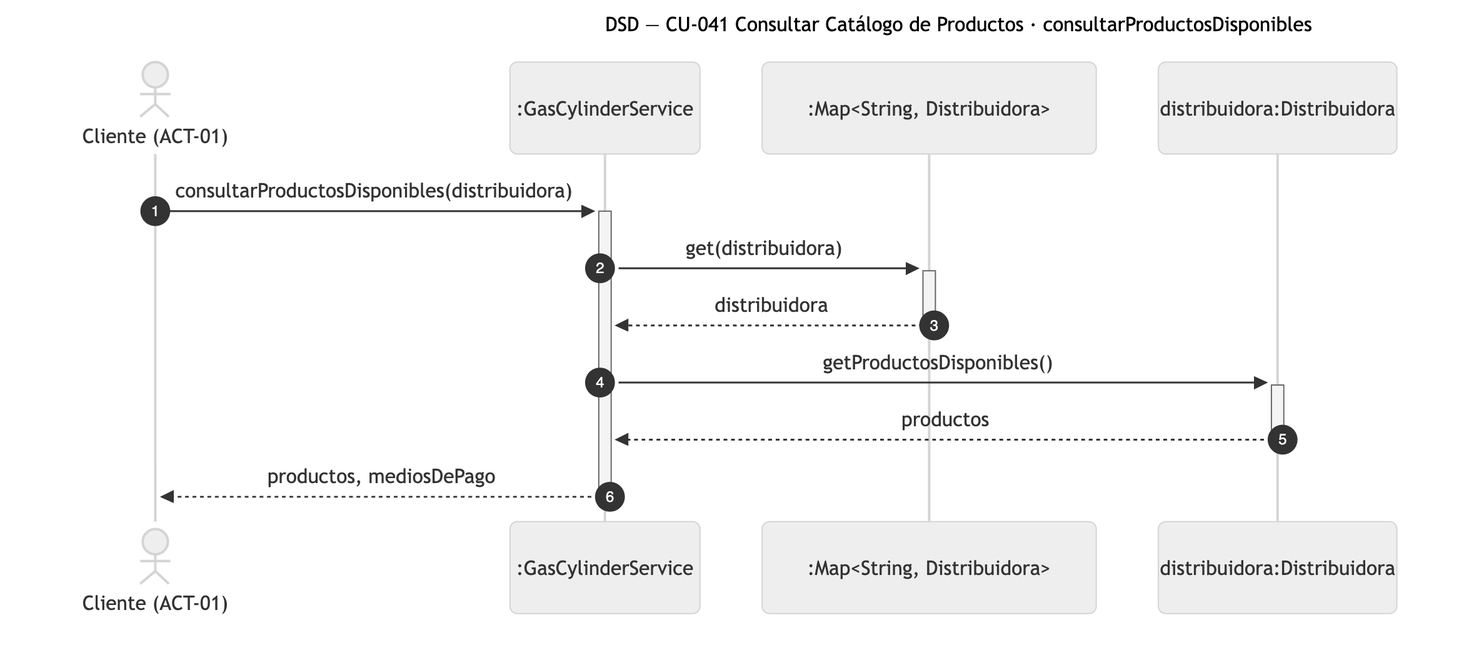
This is diagramas/png/DSD_CU-041_consultarProductosDisponibles.png from Nahuelito-Dev/splg-docs, a Mermaid export, as it was before one commit. Its source is kept beside it as diagramas/DSD_CU-041_consultarProductosDisponibles.mmd. The source it was exported from:
```mermaid
sequenceDiagram
    title DSD — CU-041 Consultar Catálogo de Productos · consultarProductosDisponibles
    autonumber
    actor CLI as Cliente (ACT-01)
    participant SRV as :GasCylinderService
    participant MAP as :Map#lt;String, Distribuidora#gt;
    participant DIS as distribuidora:Distribuidora

    CLI->>+SRV: consultarProductosDisponibles(distribuidora)
    SRV->>+MAP: get(distribuidora)
    MAP-->>-SRV: distribuidora
    SRV->>+DIS: getProductosDisponibles()
    DIS-->>-SRV: productos
    SRV-->>-CLI: productos, mediosDePago
```
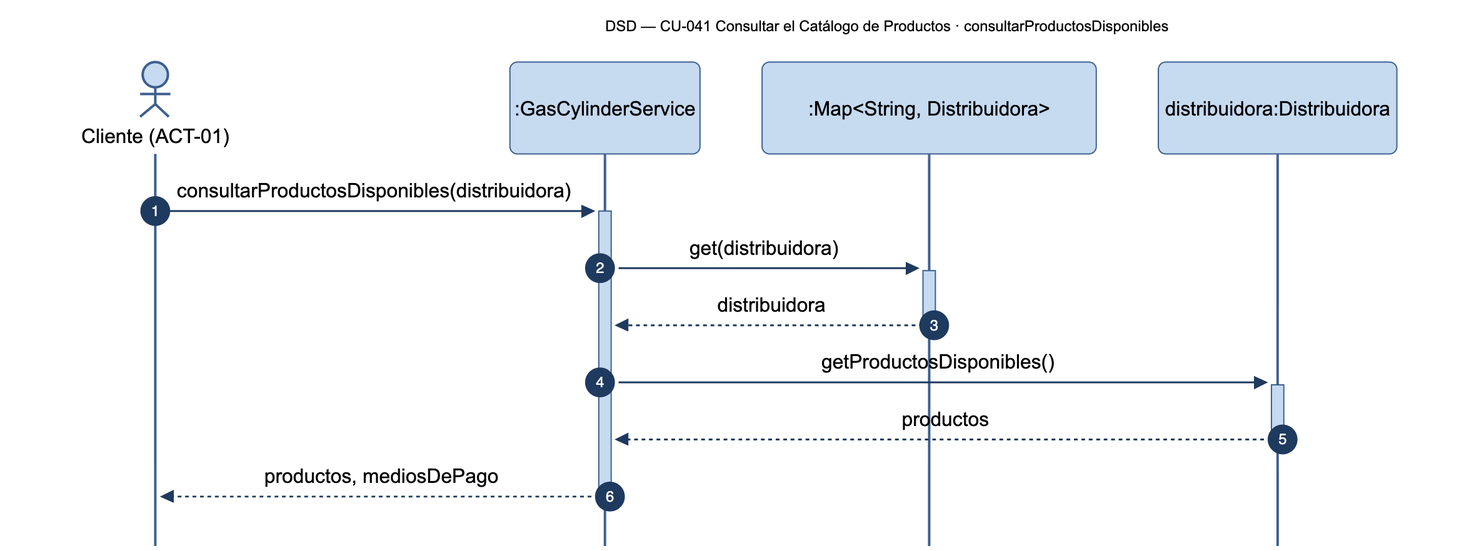
The same file after the commit.

Change to the diagram source:
```diff
@@ -1,5 +1,5 @@
 sequenceDiagram
-    title DSD — CU-041 Consultar Catálogo de Productos · consultarProductosDisponibles
+    title DSD — CU-041 Consultar el Catálogo de Productos · consultarProductosDisponibles
     autonumber
     actor CLI as Cliente (ACT-01)
     participant SRV as :GasCylinderService
```
